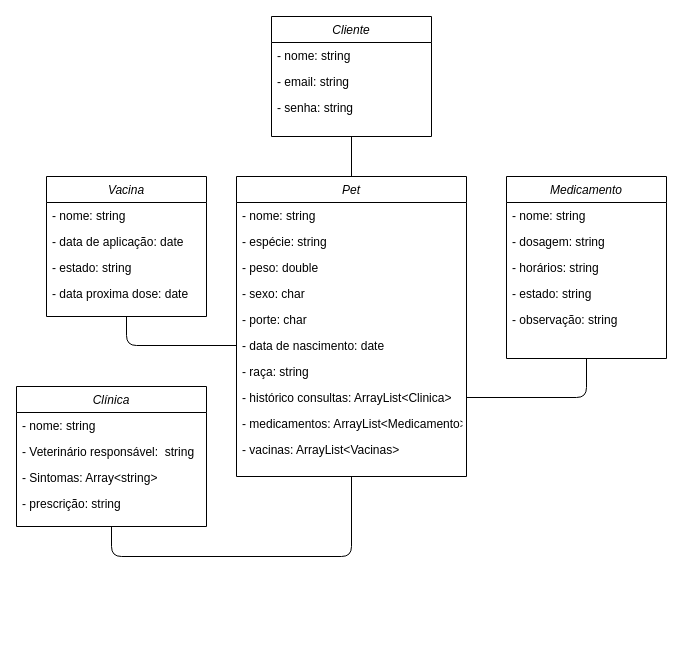
Earlier version of the draw.io diagram N2/Diagrama de Classes.drawio (Hamper-X/VacinaPet). Source tidied: cells renumbered, new cells numbered last; positions are measured from the earlier drawing's top-left corner, leaving out a move shared by most shapes. Both pictures are drawn from the tidied source at 100%, with x=0, y=0 at pixel (16, 16).
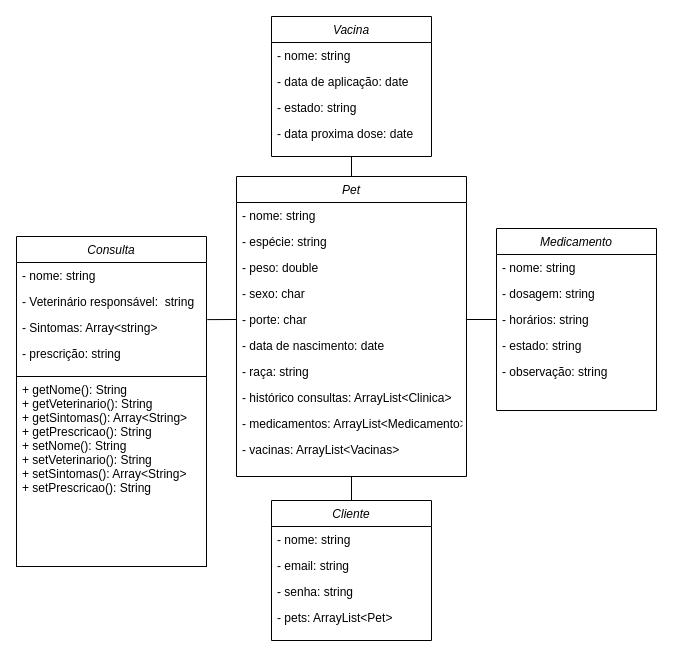
After the change.

The change refers to these unchanged cells:
```xml
<mxCell id="6" value="Pet" style="swimlane;fontStyle=2;align=center;verticalAlign=top;horizontal=1;startSize=26;rounded=0;shadow=0;strokeWidth=1;" parent="1" vertex="1">
  <mxGeometry x="220" y="160" width="230" height="300" as="geometry" />
</mxCell>
<mxCell id="11" value="- porte: char" style="text;align=left;verticalAlign=top;spacingLeft=4;spacingRight=4;overflow=hidden;points=[[0,0.5],[1,0.5]];portConstraint=eastwest;rounded=0;shadow=0;html=0;" parent="6" vertex="1">
  <mxGeometry y="130" width="230" height="26" as="geometry" />
</mxCell>
<mxCell id="12" value="- data de nascimento: date" style="text;align=left;verticalAlign=top;spacingLeft=4;spacingRight=4;overflow=hidden;points=[[0,0.5],[1,0.5]];portConstraint=eastwest;rounded=0;shadow=0;html=0;" parent="6" vertex="1">
  <mxGeometry y="156" width="230" height="26" as="geometry" />
</mxCell>
<mxCell id="14" value="- histórico consultas: ArrayList&lt;Clinica&gt;" style="text;align=left;verticalAlign=top;spacingLeft=4;spacingRight=4;overflow=hidden;points=[[0,0.5],[1,0.5]];portConstraint=eastwest;rounded=0;shadow=0;html=0;" parent="6" vertex="1">
  <mxGeometry y="208" width="230" height="26" as="geometry" />
</mxCell>
<mxCell id="25" value="- horários: string" style="text;align=left;verticalAlign=top;spacingLeft=4;spacingRight=4;overflow=hidden;points=[[0,0.5],[1,0.5]];portConstraint=eastwest;rounded=0;shadow=0;html=0;" parent="22" vertex="1">
  <mxGeometry y="78" width="160" height="26" as="geometry" />
</mxCell>
<mxCell id="31" value="- Sintomas: Array&lt;string&gt; " style="text;align=left;verticalAlign=top;spacingLeft=4;spacingRight=4;overflow=hidden;points=[[0,0.5],[1,0.5]];portConstraint=eastwest;rounded=0;shadow=0;html=0;" parent="28" vertex="1">
  <mxGeometry y="78" width="190" height="26" as="geometry" />
</mxCell>
```

Diff of the diagram source:
```diff
@@
     <mxCell id="2" value="Cliente" style="swimlane;fontStyle=2;align=center;verticalAlign=top;horizontal=1;startSize=26;rounded=0;shadow=0;strokeWidth=1;" parent="1" vertex="1">
-      <mxGeometry x="255" width="160" height="120" as="geometry" />
+      <mxGeometry x="255" y="484" width="160" height="140" as="geometry" />
     </mxCell>
@@
+    <mxCell id="37" value="- pets: ArrayList&lt;Pet&gt;" style="text;align=left;verticalAlign=top;spacingLeft=4;spacingRight=4;overflow=hidden;rounded=0;shadow=0;html=0;" parent="2" vertex="1">
+      <mxGeometry y="104" width="160" height="26" as="geometry" />
+    </mxCell>
@@
     <mxCell id="17" value="Vacina" style="swimlane;fontStyle=2;align=center;verticalAlign=top;horizontal=1;startSize=26;rounded=0;shadow=0;strokeWidth=1;" parent="1" vertex="1">
-      <mxGeometry x="30" y="160" width="160" height="140" as="geometry" />
+      <mxGeometry x="255" width="160" height="140" as="geometry" />
     </mxCell>
@@
     <mxCell id="22" value="Medicamento" style="swimlane;fontStyle=2;align=center;verticalAlign=top;horizontal=1;startSize=26;rounded=0;shadow=0;strokeWidth=1;" parent="1" vertex="1">
-      <mxGeometry x="490" y="160" width="160" height="182" as="geometry" />
+      <mxGeometry x="480" y="212" width="160" height="182" as="geometry" />
     </mxCell>
@@
-    <mxCell id="28" value="Clínica" style="swimlane;fontStyle=2;align=center;verticalAlign=top;horizontal=1;startSize=26;rounded=0;shadow=0;strokeWidth=1;" parent="1" vertex="1">
-      <mxGeometry y="370" width="190" height="140" as="geometry" />
+    <mxCell id="28" value="Consulta" style="swimlane;fontStyle=2;align=center;verticalAlign=top;horizontal=1;startSize=26;rounded=0;shadow=0;strokeWidth=1;" parent="1" vertex="1">
+      <mxGeometry y="220" width="190" height="140" as="geometry" />
     </mxCell>
@@
-    <mxCell id="33" style="endArrow=none;html=1;exitX=0.5;exitY=1;exitDx=0;exitDy=0;entryX=0;entryY=0.5;entryDx=0;entryDy=0;" parent="1" edge="1" source="17" target="12">
-      <mxGeometry relative="1" as="geometry">
-        <Array as="points">
-          <mxPoint x="110" y="329" />
-        </Array>
-      </mxGeometry>
+    <mxCell id="33" style="endArrow=none;html=1;exitX=0.5;exitY=1;exitDx=0;exitDy=0;entryX=0.5;entryY=0;entryDx=0;entryDy=0;" parent="1" edge="1" source="17" target="6">
+      <mxGeometry relative="1" as="geometry" />
     </mxCell>
-    <mxCell id="34" style="endArrow=none;html=1;entryX=0.5;entryY=1;entryDx=0;entryDy=0;exitX=1;exitY=0.5;exitDx=0;exitDy=0;" parent="1" edge="1" source="14" target="22">
-      <mxGeometry relative="1" as="geometry">
-        <Array as="points">
-          <mxPoint x="570" y="381" />
-        </Array>
-      </mxGeometry>
+    <mxCell id="34" style="endArrow=none;html=1;entryX=0;entryY=0.5;entryDx=0;entryDy=0;exitX=1;exitY=0.5;exitDx=0;exitDy=0;" parent="1" edge="1" source="11" target="25">
+      <mxGeometry relative="1" as="geometry" />
     </mxCell>
-    <mxCell id="35" style="endArrow=none;html=1;entryX=0.5;entryY=1;entryDx=0;entryDy=0;exitX=0.5;exitY=0;exitDx=0;exitDy=0;" parent="1" edge="1" source="6" target="2">
+    <mxCell id="35" style="endArrow=none;html=1;exitX=0.5;exitY=1;exitDx=0;exitDy=0;entryX=0.5;entryY=0;entryDx=0;entryDy=0;" parent="1" edge="1" source="6" target="2">
       <mxGeometry relative="1" as="geometry" />
     </mxCell>
-    <mxCell id="36" style="endArrow=none;html=1;entryX=0.5;entryY=1;entryDx=0;entryDy=0;exitX=0.5;exitY=1;exitDx=0;exitDy=0;" parent="1" edge="1" source="28" target="6">
-      <mxGeometry relative="1" as="geometry">
-        <Array as="points">
-          <mxPoint x="95" y="540" />
-          <mxPoint x="335" y="540" />
-        </Array>
-      </mxGeometry>
-    </mxCell>
+    <mxCell id="38" style="endArrow=none;html=1;entryX=0;entryY=0.5;entryDx=0;entryDy=0;exitX=1.004;exitY=0.197;exitDx=0;exitDy=0;exitPerimeter=0;" parent="1" edge="1" source="31" target="11">
+      <mxGeometry relative="1" as="geometry" />
+    </mxCell>
+    <mxCell id="39" style="rounded=0;whiteSpace=wrap;html=1;fillColor=none;" parent="1" vertex="1">
+      <mxGeometry y="360" width="190" height="190" as="geometry" />
+    </mxCell>
+    <mxCell id="40" value="+ getNome(): String&#10;+ getVeterinario(): String &#10;+ getSintomas(): Array&lt;String&gt;&#10;+ getPrescricao(): String&#10;+ setNome(): String&#10;+ setVeterinario(): String &#10;+ setSintomas(): Array&lt;String&gt;&#10;+ setPrescricao(): String&#10;" style="text;align=left;verticalAlign=top;spacingLeft=4;spacingRight=4;overflow=hidden;rounded=0;shadow=0;html=0;" parent="1" vertex="1">
+      <mxGeometry y="360" width="190" height="190" as="geometry" />
+    </mxCell>
```
